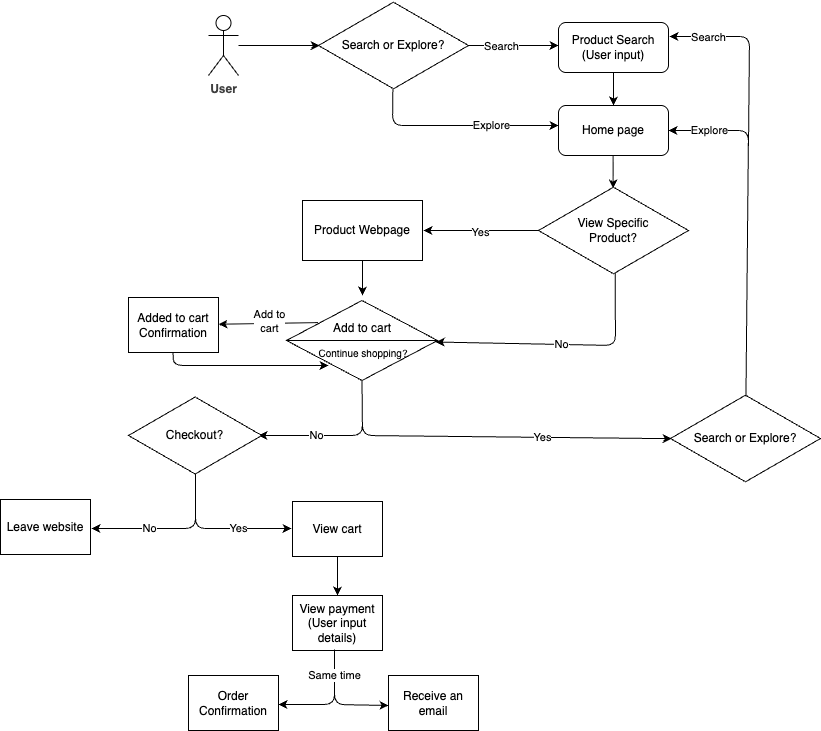
This is explore/diagramming/diagram.drawio.png from nicolesutedja/sp26-cse110-lab4, a draw.io export, as it was before one commit. Source tidied: cells renumbered, new cells last; positions are measured from the earlier drawing's top-left corner, leaving out a move shared by most shapes.
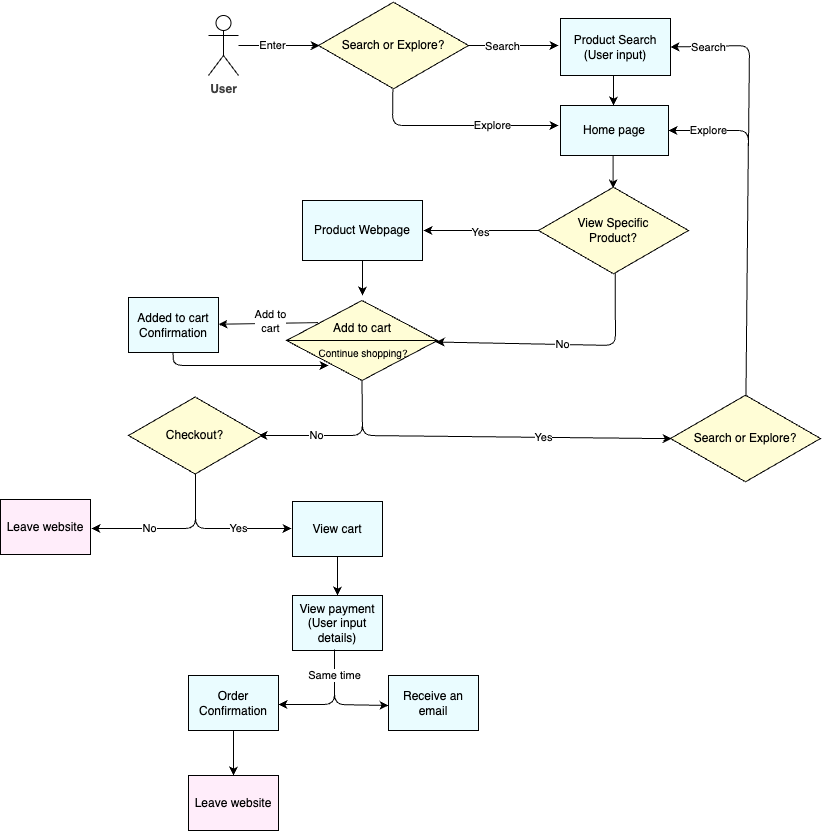
The same file after the commit.

Diff of the diagram source:
```diff
@@ -8,7 +8,12 @@
     <mxCell id="3" style="endArrow=classic;html=1;entryX=0.008;entryY=0.5;entryDx=0;entryDy=0;entryPerimeter=0;" parent="1" edge="1" source="2" target="4">
       <mxGeometry relative="1" as="geometry" />
     </mxCell>
+    <mxCell id="49" value="Enter" style="edgeLabel;html=1;align=center;verticalAlign=middle;" parent="3" vertex="1">
+      <mxGeometry x="-0.18" y="3" relative="1" as="geometry">
+        <mxPoint y="2" as="offset" />
+      </mxGeometry>
+    </mxCell>
-    <mxCell id="4" value="Search or Explore?" style="html=1;whiteSpace=wrap;shape=isoRectangle;" parent="1" vertex="1">
+    <mxCell id="4" value="Search or Explore?" style="html=1;whiteSpace=wrap;shape=isoRectangle;fillColor=#FFFDD6;" parent="1" vertex="1">
       <mxGeometry x="318" width="150" height="90" as="geometry" />
     </mxCell>
     <mxCell id="5" style="endArrow=classic;html=1;exitX=1.003;exitY=0.5;exitDx=0;exitDy=0;exitPerimeter=0;" parent="1" edge="1" source="4">
@@ -34,15 +39,12 @@
         <mxPoint y="-2" as="offset" />
       </mxGeometry>
     </mxCell>
-    <mxCell id="9" style="edgeStyle=none;html=1;" parent="1" edge="1" source="10" target="11">
-      <mxGeometry relative="1" as="geometry" />
+    <mxCell id="9" style="edgeStyle=none;html=1;" parent="1" edge="1">
+      <mxGeometry relative="1" as="geometry">
+        <mxPoint x="613" y="72" as="sourcePoint" />
+        <mxPoint x="613" y="105" as="targetPoint" />
+      </mxGeometry>
     </mxCell>
-    <mxCell id="10" value="Product Search (User input)" style="rounded=1;whiteSpace=wrap;html=1;" parent="1" vertex="1">
-      <mxGeometry x="558" y="22" width="110" height="50" as="geometry" />
-    </mxCell>
-    <mxCell id="11" value="Home page" style="rounded=1;whiteSpace=wrap;html=1;" parent="1" vertex="1">
-      <mxGeometry x="558" y="105" width="110" height="50" as="geometry" />
-    </mxCell>
     <mxCell id="12" style="edgeStyle=none;html=1;" parent="1" edge="1">
       <mxGeometry relative="1" as="geometry">
         <mxPoint x="612.6" y="155" as="sourcePoint" />
@@ -65,7 +67,7 @@
         </Array>
       </mxGeometry>
     </mxCell>
-    <mxCell id="16" value="View Specific&lt;div&gt;Product?&lt;/div&gt;" style="html=1;whiteSpace=wrap;shape=isoRectangle;" parent="1" vertex="1">
+    <mxCell id="16" value="View Specific&lt;div&gt;Product?&lt;/div&gt;" style="html=1;whiteSpace=wrap;shape=isoRectangle;fillColor=#FFFDD6;" parent="1" vertex="1">
       <mxGeometry x="538" y="185" width="150" height="90" as="geometry" />
     </mxCell>
     <mxCell id="17" style="edgeStyle=none;html=1;" parent="1" edge="1" source="18">
@@ -73,7 +75,7 @@
         <mxPoint x="362" y="295" as="targetPoint" />
       </mxGeometry>
     </mxCell>
-    <mxCell id="18" value="Product Webpage" style="whiteSpace=wrap;html=1;" parent="1" vertex="1">
+    <mxCell id="18" value="Product Webpage" style="whiteSpace=wrap;html=1;fillColor=#EAFCFF;" parent="1" vertex="1">
       <mxGeometry x="302" y="200" width="120" height="60" as="geometry" />
     </mxCell>
     <mxCell id="19" style="edgeStyle=none;html=1;exitX=0.209;exitY=0.276;exitDx=0;exitDy=0;exitPerimeter=0;" parent="1" edge="1" source="24" target="23">
@@ -93,10 +95,10 @@
     <mxCell id="22" value="No" style="edgeLabel;html=1;align=center;verticalAlign=middle;" parent="21" vertex="1">
       <mxGeometry x="0.28" y="-1" relative="1" as="geometry" />
     </mxCell>
-    <mxCell id="23" value="Added to cart Confirmation" style="whiteSpace=wrap;html=1;" parent="1" vertex="1">
+    <mxCell id="23" value="Added to cart Confirmation" style="whiteSpace=wrap;html=1;fillColor=#EAFCFF;" parent="1" vertex="1">
       <mxGeometry x="128" y="297" width="90" height="55" as="geometry" />
     </mxCell>
-    <mxCell id="24" style="shape=sortShape;perimeter=rhombusPerimeter;whiteSpace=wrap;html=1;" parent="1" vertex="1">
+    <mxCell id="24" style="shape=sortShape;perimeter=rhombusPerimeter;whiteSpace=wrap;html=1;fillColor=#FFFDD6;" parent="1" vertex="1">
       <mxGeometry x="286" y="300" width="151" height="80" as="geometry" />
     </mxCell>
     <mxCell id="25" value="Add to cart" style="text;html=1;align=center;verticalAlign=middle;whiteSpace=wrap;rounded=0;" parent="1" vertex="1">
@@ -123,7 +125,7 @@
     <mxCell id="29" value="Yes" style="edgeLabel;html=1;align=center;verticalAlign=middle;" parent="28" vertex="1">
       <mxGeometry x="0.29" y="1" relative="1" as="geometry" />
     </mxCell>
-    <mxCell id="30" value="Checkout?" style="html=1;whiteSpace=wrap;shape=isoRectangle;" parent="1" vertex="1">
+    <mxCell id="30" value="Checkout?" style="html=1;whiteSpace=wrap;shape=isoRectangle;fillColor=#FFFDD6;" parent="1" vertex="1">
       <mxGeometry x="128" y="395" width="133.3" height="80" as="geometry" />
     </mxCell>
     <mxCell id="31" style="edgeStyle=none;html=1;exitX=0.5;exitY=1;exitDx=0;exitDy=0;" parent="1" edge="1">
@@ -150,16 +152,16 @@
     <mxCell id="34" value="Yes" style="edgeLabel;html=1;align=center;verticalAlign=middle;" parent="33" vertex="1">
       <mxGeometry x="0.29" y="1" relative="1" as="geometry" />
     </mxCell>
-    <mxCell id="35" value="Leave website" style="whiteSpace=wrap;html=1;" parent="1" vertex="1">
+    <mxCell id="35" value="Leave website" style="whiteSpace=wrap;html=1;fillColor=#FFEDFA;" parent="1" vertex="1">
       <mxGeometry y="499" width="90" height="55" as="geometry" />
     </mxCell>
     <mxCell id="36" style="edgeStyle=none;html=1;" parent="1" edge="1" source="37" target="38">
       <mxGeometry relative="1" as="geometry" />
     </mxCell>
-    <mxCell id="37" value="View cart" style="whiteSpace=wrap;html=1;" parent="1" vertex="1">
+    <mxCell id="37" value="View cart" style="whiteSpace=wrap;html=1;fillColor=#EAFCFF;" parent="1" vertex="1">
       <mxGeometry x="292" y="501" width="90" height="55" as="geometry" />
     </mxCell>
-    <mxCell id="38" value="View payment&lt;div&gt;(User input details)&lt;/div&gt;" style="whiteSpace=wrap;html=1;" parent="1" vertex="1">
+    <mxCell id="38" value="View payment&lt;div&gt;(User input details)&lt;/div&gt;" style="whiteSpace=wrap;html=1;fillColor=#EAFCFF;" parent="1" vertex="1">
       <mxGeometry x="292" y="595" width="90" height="55" as="geometry" />
     </mxCell>
     <mxCell id="39" style="edgeStyle=none;html=1;exitX=0.5;exitY=1;exitDx=0;exitDy=0;" parent="1" edge="1">
@@ -183,17 +185,21 @@
     <mxCell id="41" value="Same time" style="edgeLabel;html=1;align=center;verticalAlign=middle;" parent="40" vertex="1">
       <mxGeometry x="-0.54" y="-1" relative="1" as="geometry" />
     </mxCell>
+    <mxCell id="50" style="edgeStyle=none;html=1;" parent="1" edge="1" source="42" target="51">
+      <mxGeometry relative="1" as="geometry" />
+    </mxCell>
-    <mxCell id="42" value="Order Confirmation" style="whiteSpace=wrap;html=1;" parent="1" vertex="1">
+    <mxCell id="42" value="Order Confirmation" style="whiteSpace=wrap;html=1;fillColor=#EAFCFF;" parent="1" vertex="1">
       <mxGeometry x="188" y="675" width="90" height="55" as="geometry" />
     </mxCell>
-    <mxCell id="43" value="Receive an email" style="whiteSpace=wrap;html=1;" parent="1" vertex="1">
+    <mxCell id="43" value="Receive an email" style="whiteSpace=wrap;html=1;fillColor=#EAFCFF;" parent="1" vertex="1">
       <mxGeometry x="388" y="675" width="90" height="55" as="geometry" />
     </mxCell>
-    <mxCell id="44" value="Search or Explore?" style="html=1;whiteSpace=wrap;shape=isoRectangle;" parent="1" vertex="1">
+    <mxCell id="44" value="Search or Explore?" style="html=1;whiteSpace=wrap;shape=isoRectangle;fillColor=#FFFDD6;" parent="1" vertex="1">
       <mxGeometry x="670" y="393" width="150" height="90" as="geometry" />
     </mxCell>
-    <mxCell id="45" style="edgeStyle=none;html=1;exitX=0.503;exitY=0.032;exitDx=0;exitDy=0;exitPerimeter=0;entryX=1;entryY=0.5;entryDx=0;entryDy=0;" parent="1" edge="1" source="44" target="11">
+    <mxCell id="45" style="edgeStyle=none;html=1;exitX=0.503;exitY=0.032;exitDx=0;exitDy=0;exitPerimeter=0;entryX=1;entryY=0.5;entryDx=0;entryDy=0;" parent="1" edge="1" source="44">
       <mxGeometry relative="1" as="geometry">
+        <mxPoint x="668" y="130" as="targetPoint" />
         <Array as="points">
           <mxPoint x="748" y="130" />
         </Array>
@@ -204,12 +210,11 @@
         <mxPoint x="1" y="1" as="offset" />
       </mxGeometry>
     </mxCell>
-    <mxCell id="47" style="edgeStyle=none;html=1;entryX=1;entryY=0.5;entryDx=0;entryDy=0;" parent="1" edge="1">
+    <mxCell id="47" style="edgeStyle=none;html=1;entryX=1;entryY=0.5;entryDx=0;entryDy=0;" parent="1" edge="1" target="10">
       <mxGeometry relative="1" as="geometry">
         <mxPoint x="748" y="145" as="sourcePoint" />
-        <mxPoint x="669" y="36" as="targetPoint" />
         <Array as="points">
-          <mxPoint x="749" y="36" />
+          <mxPoint x="749" y="45" />
         </Array>
       </mxGeometry>
     </mxCell>
@@ -218,5 +223,14 @@
         <mxPoint x="5" as="offset" />
       </mxGeometry>
     </mxCell>
+    <mxCell id="10" value="Product Search (User input)" style="whiteSpace=wrap;html=1;fillColor=#EAFCFF;" parent="1" vertex="1">
+      <mxGeometry x="560" y="18" width="110" height="57" as="geometry" />
+    </mxCell>
+    <mxCell id="11" value="Home page" style="whiteSpace=wrap;html=1;fillColor=#EAFCFF;" parent="1" vertex="1">
+      <mxGeometry x="560" y="105" width="108" height="50" as="geometry" />
+    </mxCell>
+    <mxCell id="51" value="Leave website" style="whiteSpace=wrap;html=1;fillColor=#FFEDFA;" parent="1" vertex="1">
+      <mxGeometry x="188" y="775" width="90" height="55" as="geometry" />
+    </mxCell>
   </root>
 </mxGraphModel>
```
